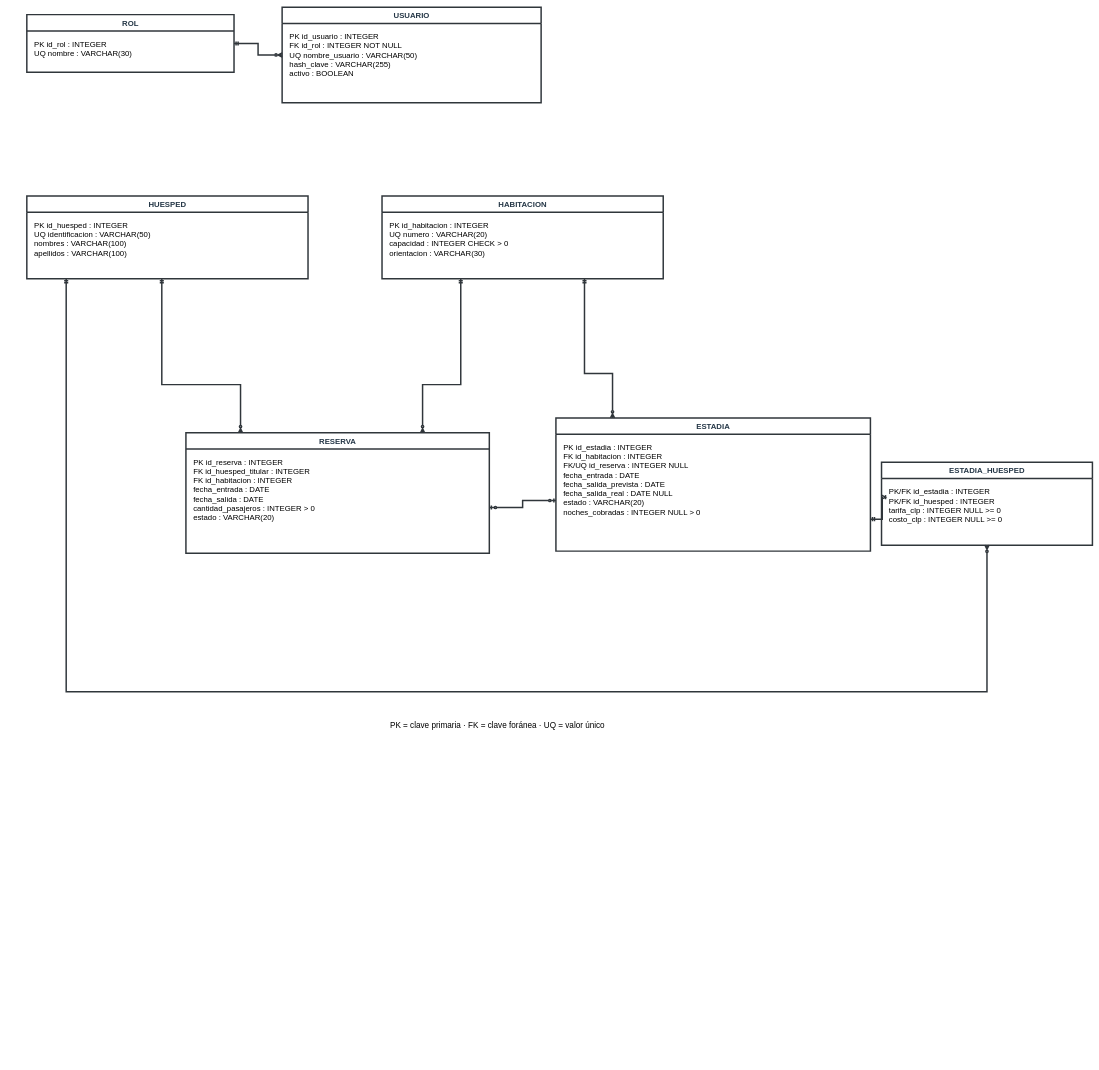
The draw.io diagram diagramas-editables/modelo-de-datos.drawio in Yutre3/hotel-duerme-bien, before the edit. Source tidied: cells renumbered, new cells numbered last; positions are measured from the earlier drawing's top-left corner, leaving out a move shared by most shapes. Both pictures are drawn from the tidied source at 37%, with x=0, y=0 at pixel (27, 7).
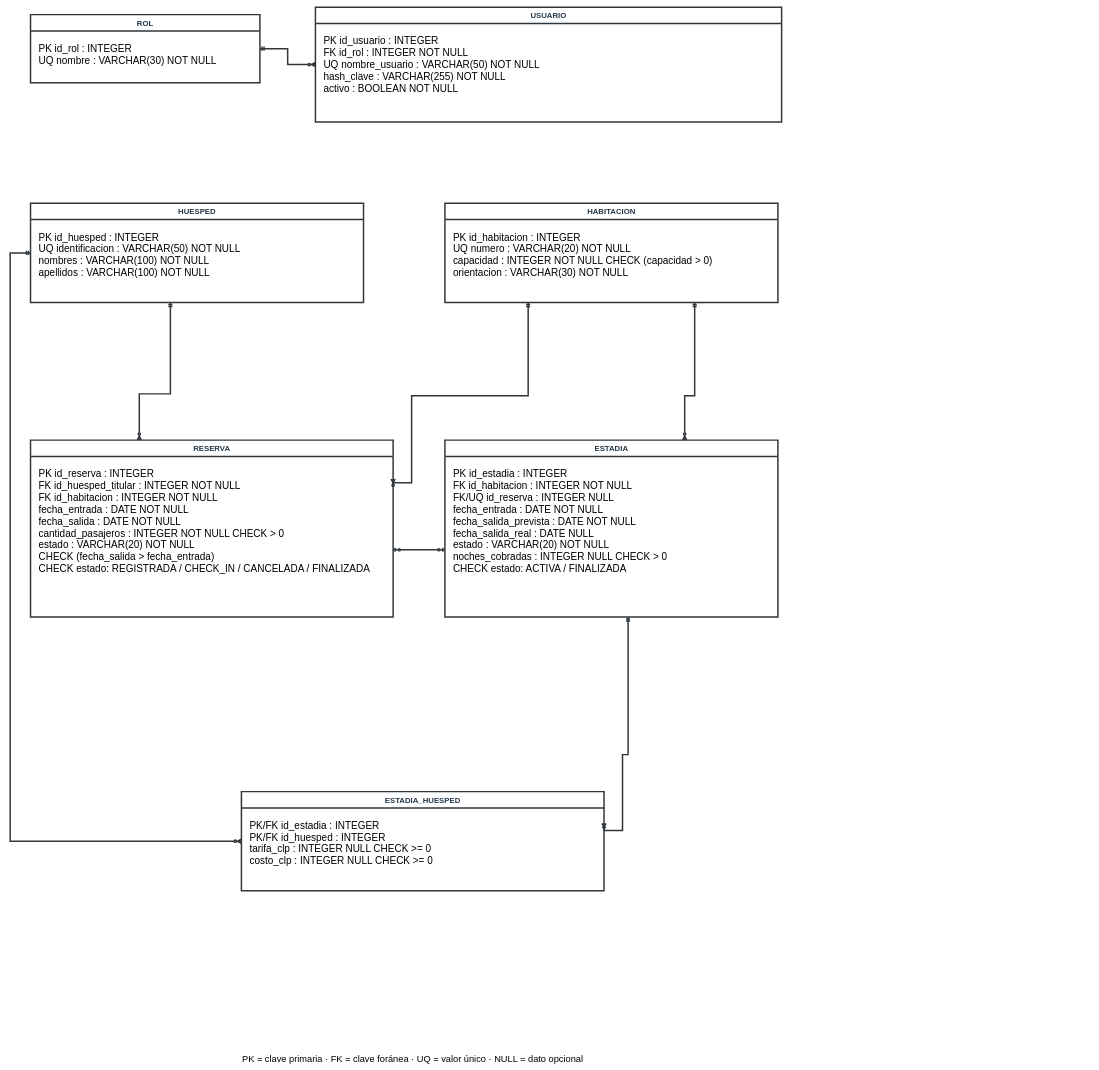
The same page after the edit.

What changed in the source:
```diff
@@
     <mxCell id="2" value="ROL" style="shape=swimlane;startSize=44;horizontal=1;html=0;whiteSpace=wrap;strokeColor=#30363b;strokeWidth=4;fillColor=#ffffff;fontColor=#253747;fontSize=21;fontStyle=1;" parent="1" vertex="1">
-      <mxGeometry y="20" width="560" height="156" as="geometry" />
+      <mxGeometry x="10" y="20" width="620" height="184" as="geometry" />
     </mxCell>
-    <mxCell id="3" value="PK id_rol : INTEGER&#10;UQ nombre : VARCHAR(30)" style="text;html=0;strokeColor=none;fillColor=none;align=left;verticalAlign=top;spacingLeft=18;fontSize=21;" parent="2" vertex="1">
-      <mxGeometry y="60" width="560" height="68" as="geometry" />
+    <mxCell id="3" value="PK id_rol : INTEGER&#10;UQ nombre : VARCHAR(30) NOT NULL" style="text;html=0;strokeColor=none;fillColor=none;align=left;verticalAlign=top;spacingLeft=20;fontSize=27;" parent="2" vertex="1">
+      <mxGeometry y="68" width="620" height="84" as="geometry" />
     </mxCell>
     <mxCell id="4" value="USUARIO" style="shape=swimlane;startSize=44;horizontal=1;html=0;whiteSpace=wrap;strokeColor=#30363b;strokeWidth=4;fillColor=#ffffff;fontColor=#253747;fontSize=21;fontStyle=1;" parent="1" vertex="1">
-      <mxGeometry x="690" width="700" height="258" as="geometry" />
+      <mxGeometry x="780" width="1260" height="310" as="geometry" />
     </mxCell>
-    <mxCell id="5" value="PK id_usuario : INTEGER&#10;FK id_rol : INTEGER NOT NULL&#10;UQ nombre_usuario : VARCHAR(50)&#10;hash_clave : VARCHAR(255)&#10;activo : BOOLEAN" style="text;html=0;strokeColor=none;fillColor=none;align=left;verticalAlign=top;spacingLeft=18;fontSize=21;" parent="4" vertex="1">
-      <mxGeometry y="60" width="700" height="170" as="geometry" />
+    <mxCell id="5" value="PK id_usuario : INTEGER&#10;FK id_rol : INTEGER NOT NULL&#10;UQ nombre_usuario : VARCHAR(50) NOT NULL&#10;hash_clave : VARCHAR(255) NOT NULL&#10;activo : BOOLEAN NOT NULL" style="text;html=0;strokeColor=none;fillColor=none;align=left;verticalAlign=top;spacingLeft=20;fontSize=27;" parent="4" vertex="1">
+      <mxGeometry y="68" width="1260" height="210" as="geometry" />
     </mxCell>
     <mxCell id="6" value="HUESPED" style="shape=swimlane;startSize=44;horizontal=1;html=0;whiteSpace=wrap;strokeColor=#30363b;strokeWidth=4;fillColor=#ffffff;fontColor=#253747;fontSize=21;fontStyle=1;" parent="1" vertex="1">
-      <mxGeometry y="510" width="760" height="224" as="geometry" />
+      <mxGeometry x="10" y="530" width="900" height="268" as="geometry" />
     </mxCell>
-    <mxCell id="7" value="PK id_huesped : INTEGER&#10;UQ identificacion : VARCHAR(50)&#10;nombres : VARCHAR(100)&#10;apellidos : VARCHAR(100)" style="text;html=0;strokeColor=none;fillColor=none;align=left;verticalAlign=top;spacingLeft=18;fontSize=21;" parent="6" vertex="1">
-      <mxGeometry y="60" width="760" height="136" as="geometry" />
+    <mxCell id="7" value="PK id_huesped : INTEGER&#10;UQ identificacion : VARCHAR(50) NOT NULL&#10;nombres : VARCHAR(100) NOT NULL&#10;apellidos : VARCHAR(100) NOT NULL" style="text;html=0;strokeColor=none;fillColor=none;align=left;verticalAlign=top;spacingLeft=20;fontSize=27;" parent="6" vertex="1">
+      <mxGeometry y="68" width="900" height="168" as="geometry" />
     </mxCell>
     <mxCell id="8" value="HABITACION" style="shape=swimlane;startSize=44;horizontal=1;html=0;whiteSpace=wrap;strokeColor=#30363b;strokeWidth=4;fillColor=#ffffff;fontColor=#253747;fontSize=21;fontStyle=1;" parent="1" vertex="1">
-      <mxGeometry x="960" y="510" width="760" height="224" as="geometry" />
+      <mxGeometry x="1130" y="530" width="900" height="268" as="geometry" />
     </mxCell>
-    <mxCell id="9" value="PK id_habitacion : INTEGER&#10;UQ numero : VARCHAR(20)&#10;capacidad : INTEGER CHECK &gt; 0&#10;orientacion : VARCHAR(30)" style="text;html=0;strokeColor=none;fillColor=none;align=left;verticalAlign=top;spacingLeft=18;fontSize=21;" parent="8" vertex="1">
-      <mxGeometry y="60" width="760" height="136" as="geometry" />
+    <mxCell id="9" value="PK id_habitacion : INTEGER&#10;UQ numero : VARCHAR(20) NOT NULL&#10;capacidad : INTEGER NOT NULL CHECK (capacidad &gt; 0)&#10;orientacion : VARCHAR(30) NOT NULL" style="text;html=0;strokeColor=none;fillColor=none;align=left;verticalAlign=top;spacingLeft=20;fontSize=27;" parent="8" vertex="1">
+      <mxGeometry y="68" width="900" height="168" as="geometry" />
     </mxCell>
     <mxCell id="10" value="RESERVA" style="shape=swimlane;startSize=44;horizontal=1;html=0;whiteSpace=wrap;strokeColor=#30363b;strokeWidth=4;fillColor=#ffffff;fontColor=#253747;fontSize=21;fontStyle=1;" parent="1" vertex="1">
-      <mxGeometry x="430" y="1150" width="820" height="326" as="geometry" />
+      <mxGeometry x="10" y="1170" width="980" height="478" as="geometry" />
     </mxCell>
-    <mxCell id="11" value="PK id_reserva : INTEGER&#10;FK id_huesped_titular : INTEGER&#10;FK id_habitacion : INTEGER&#10;fecha_entrada : DATE&#10;fecha_salida : DATE&#10;cantidad_pasajeros : INTEGER &gt; 0&#10;estado : VARCHAR(20)" style="text;html=0;strokeColor=none;fillColor=none;align=left;verticalAlign=top;spacingLeft=18;fontSize=21;" parent="10" vertex="1">
-      <mxGeometry y="60" width="820" height="238" as="geometry" />
+    <mxCell id="11" value="PK id_reserva : INTEGER&#10;FK id_huesped_titular : INTEGER NOT NULL&#10;FK id_habitacion : INTEGER NOT NULL&#10;fecha_entrada : DATE NOT NULL&#10;fecha_salida : DATE NOT NULL&#10;cantidad_pasajeros : INTEGER NOT NULL CHECK &gt; 0&#10;estado : VARCHAR(20) NOT NULL&#10;CHECK (fecha_salida &gt; fecha_entrada)&#10;CHECK estado: REGISTRADA / CHECK_IN / CANCELADA / FINALIZADA" style="text;html=0;strokeColor=none;fillColor=none;align=left;verticalAlign=top;spacingLeft=20;fontSize=27;" parent="10" vertex="1">
+      <mxGeometry y="68" width="980" height="378" as="geometry" />
     </mxCell>
     <mxCell id="12" value="ESTADIA" style="shape=swimlane;startSize=44;horizontal=1;html=0;whiteSpace=wrap;strokeColor=#30363b;strokeWidth=4;fillColor=#ffffff;fontColor=#253747;fontSize=21;fontStyle=1;" parent="1" vertex="1">
-      <mxGeometry x="1430" y="1110" width="850" height="360" as="geometry" />
+      <mxGeometry x="1130" y="1170" width="900" height="478" as="geometry" />
     </mxCell>
-    <mxCell id="13" value="PK id_estadia : INTEGER&#10;FK id_habitacion : INTEGER&#10;FK/UQ id_reserva : INTEGER NULL&#10;fecha_entrada : DATE&#10;fecha_salida_prevista : DATE&#10;fecha_salida_real : DATE NULL&#10;estado : VARCHAR(20)&#10;noches_cobradas : INTEGER NULL &gt; 0" style="text;html=0;strokeColor=none;fillColor=none;align=left;verticalAlign=top;spacingLeft=18;fontSize=21;" parent="12" vertex="1">
-      <mxGeometry y="60" width="850" height="272" as="geometry" />
+    <mxCell id="13" value="PK id_estadia : INTEGER&#10;FK id_habitacion : INTEGER NOT NULL&#10;FK/UQ id_reserva : INTEGER NULL&#10;fecha_entrada : DATE NOT NULL&#10;fecha_salida_prevista : DATE NOT NULL&#10;fecha_salida_real : DATE NULL&#10;estado : VARCHAR(20) NOT NULL&#10;noches_cobradas : INTEGER NULL CHECK &gt; 0&#10;CHECK estado: ACTIVA / FINALIZADA" style="text;html=0;strokeColor=none;fillColor=none;align=left;verticalAlign=top;spacingLeft=20;fontSize=27;" parent="12" vertex="1">
+      <mxGeometry y="68" width="900" height="378" as="geometry" />
     </mxCell>
     <mxCell id="14" value="ESTADIA_HUESPED" style="shape=swimlane;startSize=44;horizontal=1;html=0;whiteSpace=wrap;strokeColor=#30363b;strokeWidth=4;fillColor=#ffffff;fontColor=#253747;fontSize=21;fontStyle=1;" parent="1" vertex="1">
-      <mxGeometry x="2310" y="1230" width="570" height="224" as="geometry" />
+      <mxGeometry x="580" y="2120" width="980" height="268" as="geometry" />
     </mxCell>
-    <mxCell id="15" value="PK/FK id_estadia : INTEGER&#10;PK/FK id_huesped : INTEGER&#10;tarifa_clp : INTEGER NULL &gt;= 0&#10;costo_clp : INTEGER NULL &gt;= 0" style="text;html=0;strokeColor=none;fillColor=none;align=left;verticalAlign=top;spacingLeft=18;fontSize=21;" parent="14" vertex="1">
-      <mxGeometry y="60" width="570" height="136" as="geometry" />
+    <mxCell id="15" value="PK/FK id_estadia : INTEGER&#10;PK/FK id_huesped : INTEGER&#10;tarifa_clp : INTEGER NULL CHECK &gt;= 0&#10;costo_clp : INTEGER NULL CHECK &gt;= 0" style="text;html=0;strokeColor=none;fillColor=none;align=left;verticalAlign=top;spacingLeft=20;fontSize=27;" parent="14" vertex="1">
+      <mxGeometry y="68" width="980" height="168" as="geometry" />
     </mxCell>
@@
-    <mxCell id="17" style="html=0;edgeStyle=orthogonalEdgeStyle;jettySize=32;rounded=0;strokeWidth=4;strokeColor=#30363b;fontSize=22;fontStyle=1;fontColor=#163b50;labelBackgroundColor=#ffffff;endArrow=ERzeroToMany;endFill=0;startArrow=ERmandOne;startFill=0;exitX=0.48;exitY=1;exitPerimeter=0;entryX=0.18;entryY=0;entryPerimeter=0;" parent="1" edge="1" source="6" target="10">
+    <mxCell id="17" style="html=0;edgeStyle=orthogonalEdgeStyle;jettySize=32;rounded=0;strokeWidth=4;strokeColor=#30363b;fontSize=22;fontStyle=1;fontColor=#163b50;labelBackgroundColor=#ffffff;endArrow=ERzeroToMany;endFill=0;startArrow=ERmandOne;startFill=0;exitX=0.42;exitY=1;exitPerimeter=0;entryX=0.3;entryY=0;entryPerimeter=0;" parent="1" edge="1" source="6" target="10">
       <mxGeometry relative="1" as="geometry">
         <Array as="points">
-          <mxPoint x="365" y="1020" />
-          <mxPoint x="578" y="1020" />
+          <mxPoint x="388" y="1045" />
+          <mxPoint x="304" y="1045" />
         </Array>
       </mxGeometry>
     </mxCell>
-    <mxCell id="18" style="html=0;edgeStyle=orthogonalEdgeStyle;jettySize=32;rounded=0;strokeWidth=4;strokeColor=#30363b;fontSize=22;fontStyle=1;fontColor=#163b50;labelBackgroundColor=#ffffff;endArrow=ERzeroToMany;endFill=0;startArrow=ERmandOne;startFill=0;exitX=0.28;exitY=1;exitPerimeter=0;entryX=0.78;entryY=0;entryPerimeter=0;" parent="1" edge="1" source="8" target="10">
+    <mxCell id="18" style="html=0;edgeStyle=orthogonalEdgeStyle;jettySize=32;rounded=0;strokeWidth=4;strokeColor=#30363b;fontSize=22;fontStyle=1;fontColor=#163b50;labelBackgroundColor=#ffffff;endArrow=ERzeroToMany;endFill=0;startArrow=ERmandOne;startFill=0;exitX=0.25;exitY=1;exitPerimeter=0;entryX=1;entryY=0.22;entryPerimeter=0;" parent="1" edge="1" source="8" target="10">
       <mxGeometry relative="1" as="geometry">
         <Array as="points">
-          <mxPoint x="1173" y="1020" />
-          <mxPoint x="1070" y="1020" />
+          <mxPoint x="1355" y="1050" />
+          <mxPoint x="1040" y="1050" />
+          <mxPoint x="1040" y="1285" />
         </Array>
       </mxGeometry>
     </mxCell>
-    <mxCell id="19" style="html=0;edgeStyle=orthogonalEdgeStyle;jettySize=32;rounded=0;strokeWidth=4;strokeColor=#30363b;fontSize=22;fontStyle=1;fontColor=#163b50;labelBackgroundColor=#ffffff;endArrow=ERzeroToMany;endFill=0;startArrow=ERmandOne;startFill=0;exitX=0.72;exitY=1;exitPerimeter=0;entryX=0.18;entryY=0;entryPerimeter=0;" parent="1" edge="1" source="8" target="12">
+    <mxCell id="19" style="html=0;edgeStyle=orthogonalEdgeStyle;jettySize=32;rounded=0;strokeWidth=4;strokeColor=#30363b;fontSize=22;fontStyle=1;fontColor=#163b50;labelBackgroundColor=#ffffff;endArrow=ERzeroToMany;endFill=0;startArrow=ERmandOne;startFill=0;exitX=0.75;exitY=1;exitPerimeter=0;entryX=0.72;entryY=0;entryPerimeter=0;" parent="1" edge="1" source="8" target="12">
       <mxGeometry relative="1" as="geometry">
         <Array as="points">
-          <mxPoint x="1507" y="990" />
-          <mxPoint x="1583" y="990" />
+          <mxPoint x="1805" y="1050" />
+          <mxPoint x="1778" y="1050" />
         </Array>
       </mxGeometry>
     </mxCell>
@@
-    <mxCell id="21" style="html=0;edgeStyle=orthogonalEdgeStyle;jettySize=32;rounded=0;strokeWidth=4;strokeColor=#30363b;fontSize=22;fontStyle=1;fontColor=#163b50;labelBackgroundColor=#ffffff;endArrow=ERoneToMany;endFill=0;startArrow=ERmandOne;startFill=0;exitX=1;exitY=0.76;exitPerimeter=0;entryX=0;entryY=0.42;entryPerimeter=0;" parent="1" edge="1" source="12" target="14">
-      <mxGeometry relative="1" as="geometry" />
+    <mxCell id="21" style="html=0;edgeStyle=orthogonalEdgeStyle;jettySize=32;rounded=0;strokeWidth=4;strokeColor=#30363b;fontSize=22;fontStyle=1;fontColor=#163b50;labelBackgroundColor=#ffffff;endArrow=ERoneToMany;endFill=0;startArrow=ERmandOne;startFill=0;exitX=0.55;exitY=1;exitPerimeter=0;entryX=1;entryY=0.32;entryPerimeter=0;" parent="1" edge="1" source="12" target="14">
+      <mxGeometry relative="1" as="geometry">
+        <Array as="points">
+          <mxPoint x="1625" y="2020" />
+          <mxPoint x="1610" y="2020" />
+          <mxPoint x="1610" y="2225" />
+        </Array>
+      </mxGeometry>
     </mxCell>
-    <mxCell id="22" style="html=0;edgeStyle=orthogonalEdgeStyle;jettySize=32;rounded=0;strokeWidth=4;strokeColor=#30363b;fontSize=22;fontStyle=1;fontColor=#163b50;labelBackgroundColor=#ffffff;endArrow=ERzeroToMany;endFill=0;startArrow=ERmandOne;startFill=0;exitX=0.14;exitY=1;exitPerimeter=0;entryX=0.5;entryY=1;entryPerimeter=0;" parent="1" edge="1" source="6" target="14">
+    <mxCell id="22" style="html=0;edgeStyle=orthogonalEdgeStyle;jettySize=32;rounded=0;strokeWidth=4;strokeColor=#30363b;fontSize=22;fontStyle=1;fontColor=#163b50;labelBackgroundColor=#ffffff;endArrow=ERzeroToMany;endFill=0;startArrow=ERmandOne;startFill=0;exitX=0;exitY=0.5;exitPerimeter=0;entryX=0;entryY=0.5;entryPerimeter=0;" parent="1" edge="1" source="6" target="14">
       <mxGeometry relative="1" as="geometry">
         <Array as="points">
-          <mxPoint x="106" y="1850" />
-          <mxPoint x="2595" y="1850" />
+          <mxPoint x="-45" y="664" />
+          <mxPoint x="-45" y="2254" />
         </Array>
       </mxGeometry>
     </mxCell>
-    <mxCell id="23" value="PK = clave primaria   ·   FK = clave foránea   ·   UQ = valor único" style="text;html=0;strokeColor=none;fillColor=none;fontSize=22;" parent="1" vertex="1">
-      <mxGeometry x="980" y="1920" width="900" height="35" as="geometry" />
+    <mxCell id="23" value="PK = clave primaria   ·   FK = clave foránea   ·   UQ = valor único   ·   NULL = dato opcional" style="text;html=0;strokeColor=none;fillColor=none;fontSize=25;" parent="1" vertex="1">
+      <mxGeometry x="580" y="2820" width="900" height="35" as="geometry" />
     </mxCell>
```
